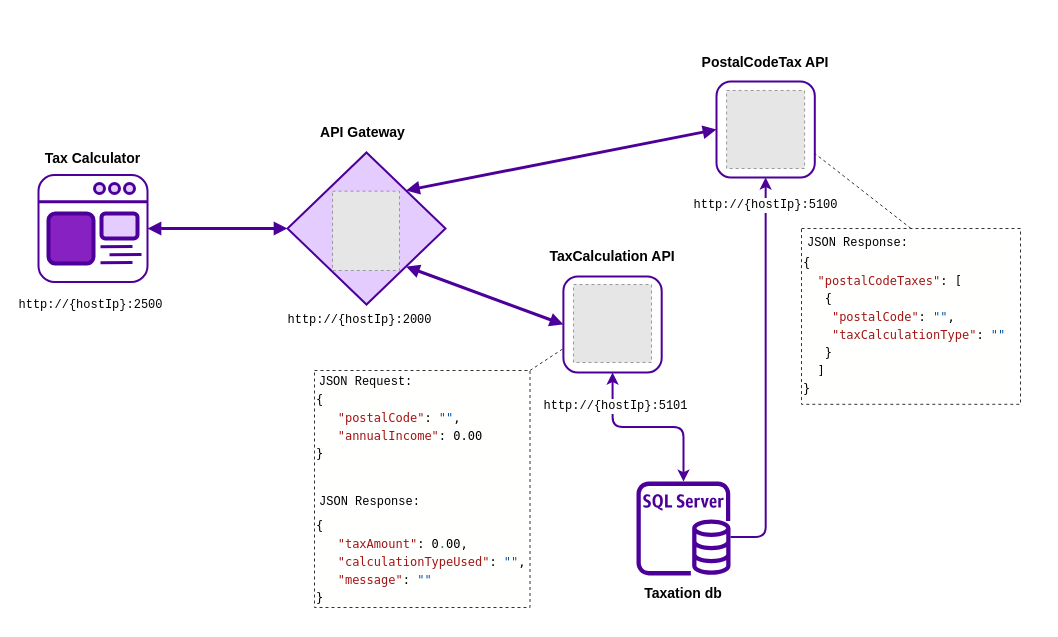
Earlier version of the draw.io diagram Diagrams/Tax-Calculator Context Diagram.drawio (sean-campbelltech/Tax-Calculator). Source tidied: cells renumbered, new cells numbered last; positions are measured from the earlier drawing's top-left corner, leaving out a move shared by most shapes. Both pictures are drawn from the tidied source at 100%, with x=0, y=0 at pixel (17, 17). Pictures stored in the file or linked from it are replaced by grey dashed boxes.
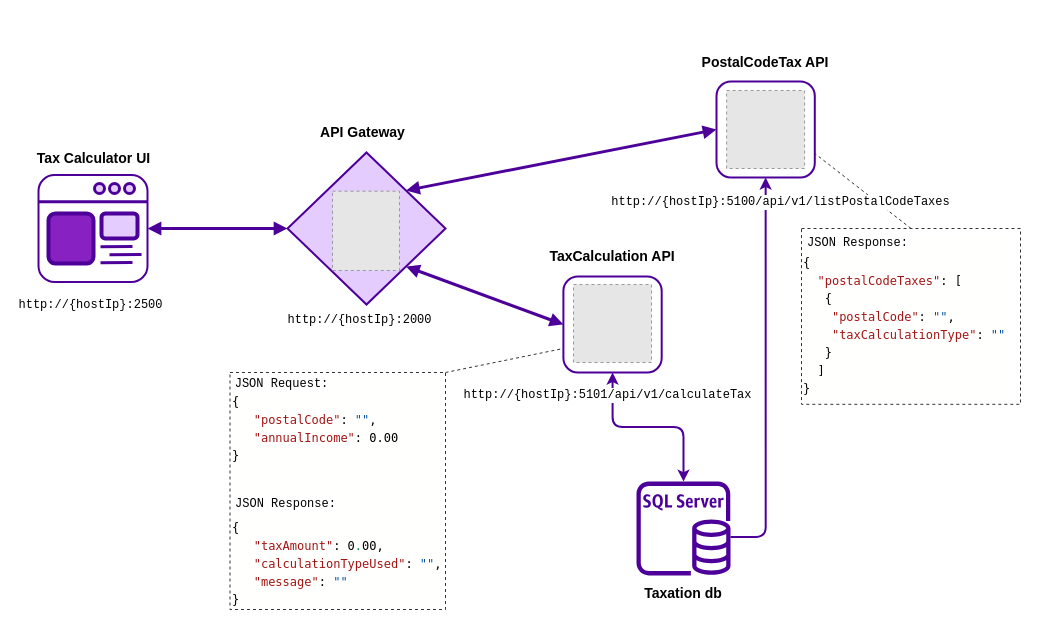
Above is the later version.

Change to the diagram source:
```diff
@@
-    <mxCell id="22" value="Tax Calculator" style="text;html=1;strokeColor=none;fillColor=none;align=center;verticalAlign=middle;whiteSpace=wrap;rounded=0;fontStyle=1;fontSize=14;" parent="1" vertex="1">
-      <mxGeometry x="23" y="131" width="105" height="20" as="geometry" />
+    <mxCell id="22" value="Tax Calculator UI" style="text;html=1;strokeColor=none;fillColor=none;align=center;verticalAlign=middle;whiteSpace=wrap;rounded=0;fontStyle=1;fontSize=14;" parent="1" vertex="1">
+      <mxGeometry x="7.5" y="131" width="137" height="20" as="geometry" />
     </mxCell>
@@
-    <mxCell id="30" value="http://{hostIp}:5100" style="text;html=1;strokeColor=none;fillColor=none;align=center;verticalAlign=middle;whiteSpace=wrap;rounded=0;fontStyle=0;fontSize=12;fontFamily=Courier New;labelBackgroundColor=#ffffff;" parent="1" vertex="1">
-      <mxGeometry x="695.6" y="178" width="105" height="20" as="geometry" />
-    </mxCell>
-    <mxCell id="31" value="http://{hostIp}:5101" style="text;html=1;strokeColor=none;fillColor=none;align=center;verticalAlign=middle;whiteSpace=wrap;rounded=0;fontStyle=0;fontSize=12;fontFamily=Courier New;labelBackgroundColor=#ffffff;" parent="1" vertex="1">
-      <mxGeometry x="545.5" y="379" width="105" height="20" as="geometry" />
+    <mxCell id="31" value="http://{hostIp}:5101/api/v1/calculateTax" style="text;html=1;strokeColor=none;fillColor=none;align=center;verticalAlign=middle;whiteSpace=wrap;rounded=0;fontStyle=0;fontSize=12;fontFamily=Courier New;labelBackgroundColor=#ffffff;" parent="1" vertex="1">
+      <mxGeometry x="443.4" y="368" width="294.5" height="20" as="geometry" />
     </mxCell>
@@
     <mxCell id="33" value="&lt;div style=&quot;color: rgb(0 , 0 , 0) ; background-color: rgb(255 , 255 , 254) ; font-family: &amp;#34;droid sans mono&amp;#34; , &amp;#34;monospace&amp;#34; , monospace , &amp;#34;droid sans fallback&amp;#34; ; font-weight: normal ; font-size: 12px ; line-height: 18px&quot;&gt;&lt;div&gt;&lt;br&gt;&lt;/div&gt;&lt;div&gt;&lt;span style=&quot;color: #000000&quot;&gt;{&lt;/span&gt;&lt;/div&gt;&lt;div&gt;&lt;span style=&quot;color: #000000&quot;&gt;&amp;nbsp;&amp;nbsp; &lt;/span&gt;&lt;span style=&quot;color: #a31515&quot;&gt;&quot;postalCode&quot;&lt;/span&gt;&lt;span style=&quot;color: #000000&quot;&gt;: &lt;/span&gt;&lt;span style=&quot;color: #0451a5&quot;&gt;&quot;&quot;&lt;/span&gt;&lt;span style=&quot;color: #000000&quot;&gt;,&lt;/span&gt;&lt;/div&gt;&lt;div&gt;&lt;span style=&quot;color: #000000&quot;&gt;&amp;nbsp;&amp;nbsp; &lt;/span&gt;&lt;span style=&quot;color: #a31515&quot;&gt;&quot;annualIncome&quot;&lt;/span&gt;&lt;span style=&quot;color: #000000&quot;&gt;: 0.00&lt;/span&gt;&lt;span style=&quot;color: #098658&quot;&gt;&lt;/span&gt;&lt;/div&gt;&lt;div&gt;&lt;span style=&quot;color: #000000&quot;&gt;}&lt;/span&gt;&lt;/div&gt;&lt;div&gt;&lt;span style=&quot;color: #000000&quot;&gt;&lt;br&gt;&lt;/span&gt;&lt;/div&gt;&lt;div&gt;&lt;span style=&quot;color: #000000&quot;&gt;&lt;br&gt;&lt;/span&gt;&lt;/div&gt;&lt;div&gt;&lt;br&gt;&lt;div style=&quot;color: rgb(0 , 0 , 0) ; background-color: rgb(255 , 255 , 254) ; font-family: &amp;#34;droid sans mono&amp;#34; , &amp;#34;monospace&amp;#34; , monospace , &amp;#34;droid sans fallback&amp;#34; ; font-weight: normal ; font-size: 12px ; line-height: 18px&quot;&gt;&lt;div&gt;&lt;span style=&quot;color: #000000&quot;&gt;{&lt;/span&gt;&lt;/div&gt;&lt;div&gt;&lt;span style=&quot;color: #000000&quot;&gt;&amp;nbsp;&amp;nbsp; &lt;/span&gt;&lt;span style=&quot;color: #a31515&quot;&gt;&quot;taxAmount&quot;&lt;/span&gt;&lt;span style=&quot;color: #000000&quot;&gt;: 0&lt;/span&gt;&lt;span style=&quot;color: #098658&quot;&gt;.&lt;/span&gt;&lt;span style=&quot;color: #000000&quot;&gt;00,&lt;/span&gt;&lt;/div&gt;&lt;div&gt;&lt;span style=&quot;color: #000000&quot;&gt;&amp;nbsp;&amp;nbsp; &lt;/span&gt;&lt;span style=&quot;color: #a31515&quot;&gt;&quot;calculationTypeUsed&quot;&lt;/span&gt;&lt;span style=&quot;color: #000000&quot;&gt;: &lt;/span&gt;&lt;span style=&quot;color: #0451a5&quot;&gt;&quot;&quot;&lt;/span&gt;&lt;span style=&quot;color: #000000&quot;&gt;,&lt;/span&gt;&lt;/div&gt;&lt;div&gt;&lt;span style=&quot;color: #000000&quot;&gt;&amp;nbsp;&amp;nbsp; &lt;/span&gt;&lt;span style=&quot;color: #a31515&quot;&gt;&quot;message&quot;&lt;/span&gt;&lt;span style=&quot;color: #000000&quot;&gt;: &lt;/span&gt;&lt;span style=&quot;color: #0451a5&quot;&gt;&quot;&quot;&lt;/span&gt;&lt;/div&gt;&lt;div&gt;&lt;span style=&quot;color: #000000&quot;&gt;}&lt;/span&gt;&lt;/div&gt;&lt;/div&gt;&lt;span style=&quot;color: #000000&quot;&gt;&lt;/span&gt;&lt;/div&gt;&lt;/div&gt;" style="text;html=1;fillColor=none;align=left;verticalAlign=middle;whiteSpace=wrap;rounded=0;fontStyle=0;fontSize=12;fontFamily=Courier New;labelBackgroundColor=#ffffff;strokeColor=#333333;dashed=1;" parent="1" vertex="1">
-      <mxGeometry x="297" y="353" width="215.5" height="237" as="geometry" />
+      <mxGeometry x="212.5" y="355" width="215.5" height="237" as="geometry" />
     </mxCell>
@@
     <mxCell id="35" value="JSON Request:" style="text;html=1;strokeColor=none;fillColor=none;align=center;verticalAlign=middle;whiteSpace=wrap;rounded=0;fontStyle=0;fontSize=12;fontFamily=Courier New;labelBackgroundColor=#ffffff;" parent="1" vertex="1">
-      <mxGeometry x="296" y="355" width="105" height="20" as="geometry" />
+      <mxGeometry x="211.5" y="357" width="105" height="20" as="geometry" />
     </mxCell>
@@
     <mxCell id="37" value="JSON Response:" style="text;html=1;strokeColor=none;fillColor=none;align=center;verticalAlign=middle;whiteSpace=wrap;rounded=0;fontStyle=0;fontSize=12;fontFamily=Courier New;labelBackgroundColor=#ffffff;" parent="1" vertex="1">
-      <mxGeometry x="300" y="475" width="105" height="20" as="geometry" />
+      <mxGeometry x="215.5" y="477" width="105" height="20" as="geometry" />
     </mxCell>
@@
+    <mxCell id="30" value="http://{hostIp}:5100/api/v1/listPostalCodeTaxes" style="text;html=1;strokeColor=none;fillColor=none;align=center;verticalAlign=middle;whiteSpace=wrap;rounded=0;fontStyle=0;fontSize=12;fontFamily=Courier New;labelBackgroundColor=#ffffff;" parent="1" vertex="1">
+      <mxGeometry x="592" y="175" width="342.6" height="20" as="geometry" />
+    </mxCell>
```
